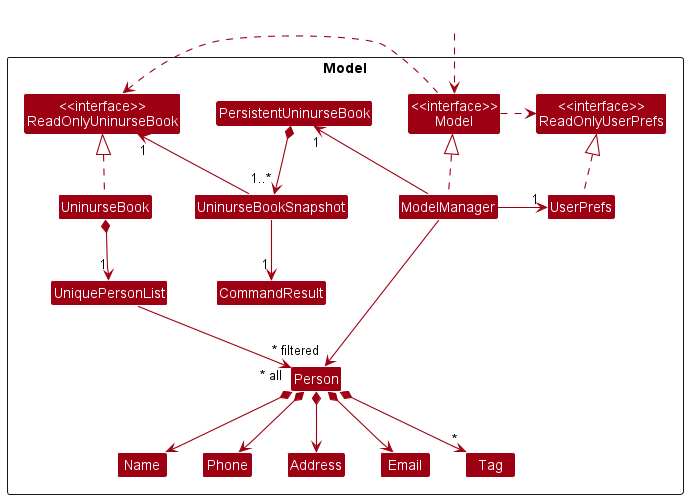
nus-cs2103-AY2223S1/tp keeps this PlantUML diagram as docs/images/ModelClassDiagram.png. Above is the earlier version.
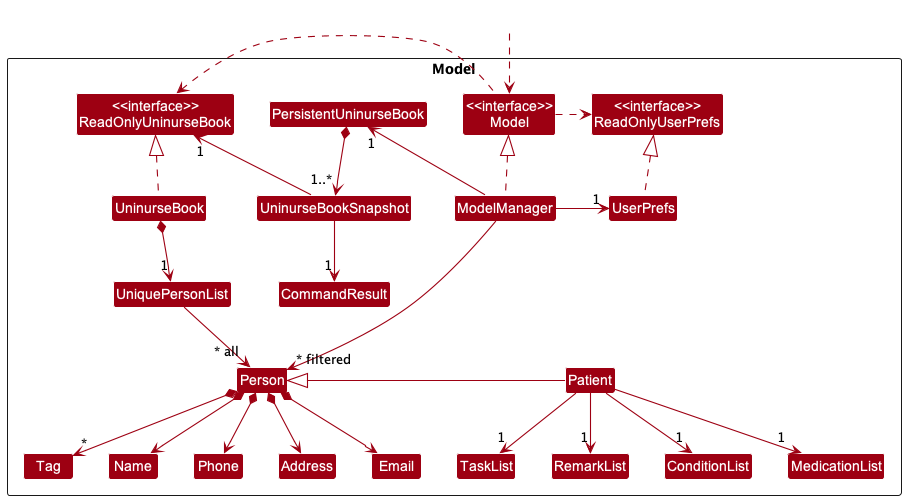
The same file after the commit.

Commit message:
Fixed class diagrams for Model and Storage

Change to the diagram source:
```diff
@@ -23,6 +23,12 @@
 Class Name
 Class Phone
 Class Tag
+
+Class Patient
+Class ConditionList
+Class MedicationList
+Class TaskList
+Class RemarkList
 
 }
 
@@ -50,6 +56,13 @@
 Person *--> Address
 Person *--> "*" Tag
 
+Patient -left-|> Person
+
+Patient --> "1" TaskList
+Patient --> "1" ConditionList
+Patient --> "1" MedicationList
+Patient --> "1" RemarkList
+
 Name -[hidden]right-> Phone
 Phone -[hidden]right-> Address
 Address -[hidden]right-> Email
```
